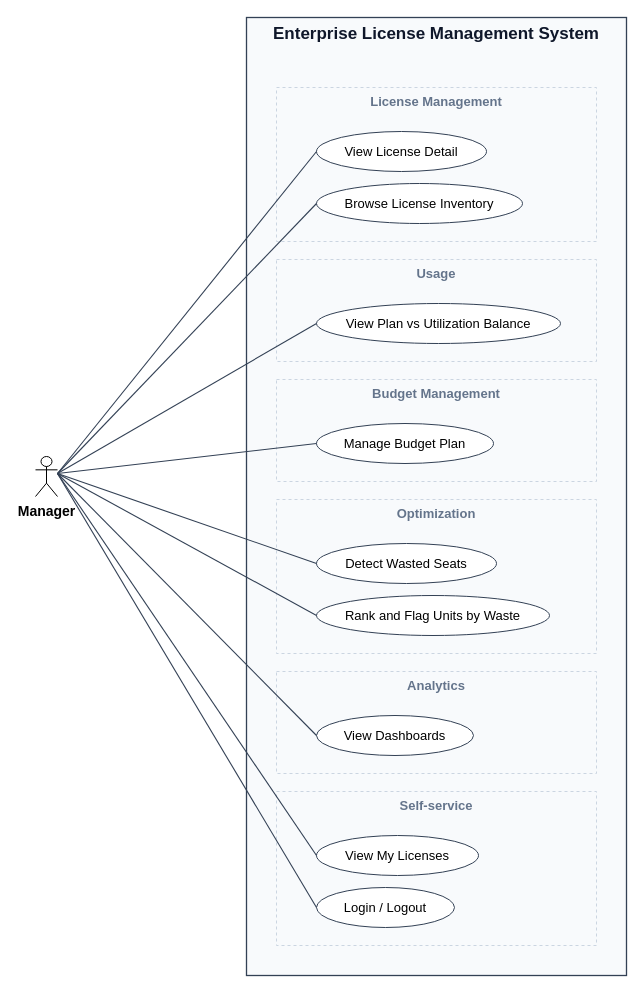
The draw.io diagram docs/diagrams/out/uc_manager.drawio in cuonglpv/VFast, before the edit. Source tidied: cells renumbered, new cells numbered last; positions are measured from the earlier drawing's top-left corner, leaving out a move shared by most shapes. Both pictures are drawn from the tidied source at 100%, with x=0, y=0 at pixel (35, 17).
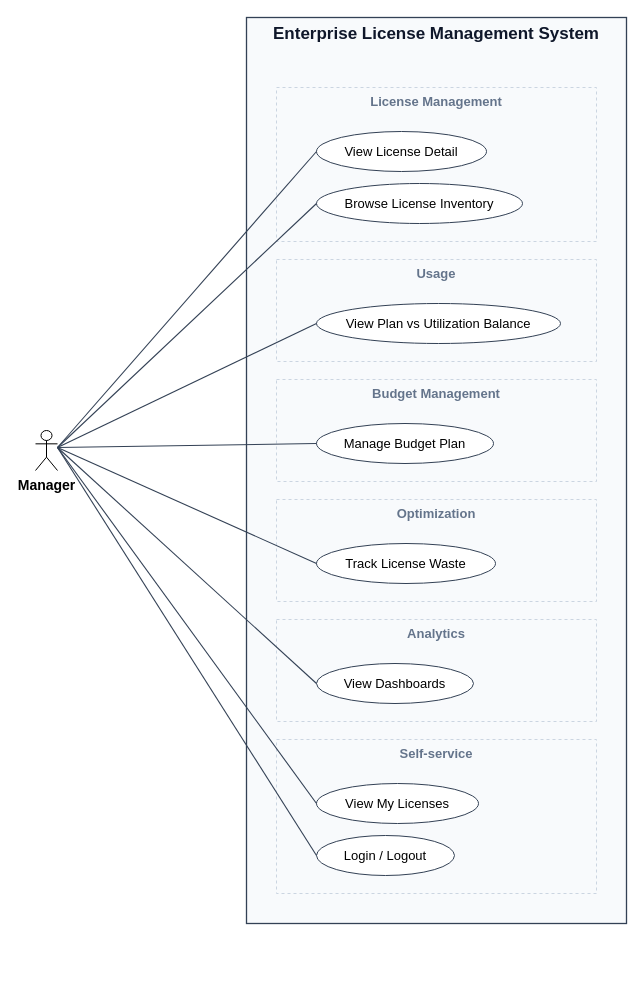
The same page after the edit.

What changed in the source:
```diff
@@
     <mxCell id="2" value="Enterprise License Management System" style="rounded=0;arcSize=0;absoluteArcSize=1;whiteSpace=wrap;html=1;fillColor=#F8FAFC;strokeColor=#334155;strokeWidth=1.3;fontSize=17;fontColor=#0f172a;align=center;verticalAlign=top;fontStyle=1;" parent="1" vertex="1">
-      <mxGeometry x="211" width="380" height="958" as="geometry" />
+      <mxGeometry x="211" width="380" height="906" as="geometry" />
     </mxCell>
@@
     <mxCell id="10" value="Optimization" style="rounded=0;arcSize=0;absoluteArcSize=1;whiteSpace=wrap;html=1;fillColor=#F8FAFC;strokeColor=#CBD5E1;strokeWidth=1;fontSize=13;fontColor=#64748B;align=center;verticalAlign=top;dashed=1;fontStyle=1;" parent="1" vertex="1">
-      <mxGeometry x="241" y="482" width="320" height="154" as="geometry" />
+      <mxGeometry x="241" y="482" width="320" height="102" as="geometry" />
     </mxCell>
-    <mxCell id="11" value="Detect Wasted Seats" style="ellipse;whiteSpace=wrap;html=1;fillColor=#ffffff;strokeColor=#334155;fontSize=13;fontColor=#000000;" parent="1" vertex="1">
-      <mxGeometry x="281" y="526" width="180" height="40" as="geometry" />
+    <mxCell id="11" value="Track License Waste" style="ellipse;whiteSpace=wrap;html=1;fillColor=#ffffff;strokeColor=#334155;fontSize=13;fontColor=#000000;" parent="1" vertex="1">
+      <mxGeometry x="281" y="526" width="179" height="40" as="geometry" />
     </mxCell>
-    <mxCell id="12" value="Rank and Flag Units by Waste" style="ellipse;whiteSpace=wrap;html=1;fillColor=#ffffff;strokeColor=#334155;fontSize=13;fontColor=#000000;" parent="1" vertex="1">
-      <mxGeometry x="281" y="578" width="233" height="40" as="geometry" />
+    <mxCell id="12" value="Analytics" style="rounded=0;arcSize=0;absoluteArcSize=1;whiteSpace=wrap;html=1;fillColor=#F8FAFC;strokeColor=#CBD5E1;strokeWidth=1;fontSize=13;fontColor=#64748B;align=center;verticalAlign=top;dashed=1;fontStyle=1;" parent="1" vertex="1">
+      <mxGeometry x="241" y="602" width="320" height="102" as="geometry" />
     </mxCell>
-    <mxCell id="13" value="Analytics" style="rounded=0;arcSize=0;absoluteArcSize=1;whiteSpace=wrap;html=1;fillColor=#F8FAFC;strokeColor=#CBD5E1;strokeWidth=1;fontSize=13;fontColor=#64748B;align=center;verticalAlign=top;dashed=1;fontStyle=1;" parent="1" vertex="1">
-      <mxGeometry x="241" y="654" width="320" height="102" as="geometry" />
+    <mxCell id="13" value="View Dashboards" style="ellipse;whiteSpace=wrap;html=1;fillColor=#ffffff;strokeColor=#334155;fontSize=13;fontColor=#000000;" parent="1" vertex="1">
+      <mxGeometry x="281" y="646" width="157" height="40" as="geometry" />
     </mxCell>
-    <mxCell id="14" value="View Dashboards" style="ellipse;whiteSpace=wrap;html=1;fillColor=#ffffff;strokeColor=#334155;fontSize=13;fontColor=#000000;" parent="1" vertex="1">
-      <mxGeometry x="281" y="698" width="157" height="40" as="geometry" />
+    <mxCell id="14" value="Self-service" style="rounded=0;arcSize=0;absoluteArcSize=1;whiteSpace=wrap;html=1;fillColor=#F8FAFC;strokeColor=#CBD5E1;strokeWidth=1;fontSize=13;fontColor=#64748B;align=center;verticalAlign=top;dashed=1;fontStyle=1;" parent="1" vertex="1">
+      <mxGeometry x="241" y="722" width="320" height="154" as="geometry" />
     </mxCell>
-    <mxCell id="15" value="Self-service" style="rounded=0;arcSize=0;absoluteArcSize=1;whiteSpace=wrap;html=1;fillColor=#F8FAFC;strokeColor=#CBD5E1;strokeWidth=1;fontSize=13;fontColor=#64748B;align=center;verticalAlign=top;dashed=1;fontStyle=1;" parent="1" vertex="1">
-      <mxGeometry x="241" y="774" width="320" height="154" as="geometry" />
+    <mxCell id="15" value="View My Licenses" style="ellipse;whiteSpace=wrap;html=1;fillColor=#ffffff;strokeColor=#334155;fontSize=13;fontColor=#000000;" parent="1" vertex="1">
+      <mxGeometry x="281" y="766" width="162" height="40" as="geometry" />
     </mxCell>
-    <mxCell id="16" value="View My Licenses" style="ellipse;whiteSpace=wrap;html=1;fillColor=#ffffff;strokeColor=#334155;fontSize=13;fontColor=#000000;" parent="1" vertex="1">
-      <mxGeometry x="281" y="818" width="162" height="40" as="geometry" />
+    <mxCell id="16" value="Login / Logout" style="ellipse;whiteSpace=wrap;html=1;fillColor=#ffffff;strokeColor=#334155;fontSize=13;fontColor=#000000;" parent="1" vertex="1">
+      <mxGeometry x="281" y="818" width="138" height="40" as="geometry" />
     </mxCell>
-    <mxCell id="17" value="Login / Logout" style="ellipse;whiteSpace=wrap;html=1;fillColor=#ffffff;strokeColor=#334155;fontSize=13;fontColor=#000000;" parent="1" vertex="1">
-      <mxGeometry x="281" y="870" width="138" height="40" as="geometry" />
+    <mxCell id="17" value="Manager" style="shape=umlActor;html=1;verticalLabelPosition=bottom;verticalAlign=top;labelPosition=center;align=center;fontSize=14;fontStyle=1;" parent="1" vertex="1">
+      <mxGeometry y="413" width="22" height="40" as="geometry" />
     </mxCell>
-    <mxCell id="18" value="Manager" style="shape=umlActor;html=1;verticalLabelPosition=bottom;verticalAlign=top;labelPosition=center;align=center;fontSize=14;fontStyle=1;" parent="1" vertex="1">
-      <mxGeometry y="439" width="22" height="40" as="geometry" />
+    <mxCell id="18" style="html=1;rounded=0;endArrow=none;endFill=0;startArrow=none;startFill=0;strokeColor=#334155;strokeWidth=1.1;" parent="1" edge="1">
+      <mxGeometry relative="1" as="geometry">
+        <mxPoint x="22" y="430" as="sourcePoint" />
+        <mxPoint x="281" y="134" as="targetPoint" />
+      </mxGeometry>
     </mxCell>
     <mxCell id="19" style="html=1;rounded=0;endArrow=none;endFill=0;startArrow=none;startFill=0;strokeColor=#334155;strokeWidth=1.1;" parent="1" edge="1">
       <mxGeometry relative="1" as="geometry">
-        <mxPoint x="22" y="456" as="sourcePoint" />
-        <mxPoint x="281" y="134" as="targetPoint" />
+        <mxPoint x="22" y="430" as="sourcePoint" />
+        <mxPoint x="281" y="186" as="targetPoint" />
       </mxGeometry>
     </mxCell>
     <mxCell id="20" style="html=1;rounded=0;endArrow=none;endFill=0;startArrow=none;startFill=0;strokeColor=#334155;strokeWidth=1.1;" parent="1" edge="1">
       <mxGeometry relative="1" as="geometry">
-        <mxPoint x="22" y="456" as="sourcePoint" />
-        <mxPoint x="281" y="186" as="targetPoint" />
+        <mxPoint x="22" y="430" as="sourcePoint" />
+        <mxPoint x="281" y="306" as="targetPoint" />
       </mxGeometry>
     </mxCell>
     <mxCell id="21" style="html=1;rounded=0;endArrow=none;endFill=0;startArrow=none;startFill=0;strokeColor=#334155;strokeWidth=1.1;" parent="1" edge="1">
       <mxGeometry relative="1" as="geometry">
-        <mxPoint x="22" y="456" as="sourcePoint" />
-        <mxPoint x="281" y="306" as="targetPoint" />
+        <mxPoint x="22" y="430" as="sourcePoint" />
+        <mxPoint x="281" y="426" as="targetPoint" />
       </mxGeometry>
     </mxCell>
     <mxCell id="22" style="html=1;rounded=0;endArrow=none;endFill=0;startArrow=none;startFill=0;strokeColor=#334155;strokeWidth=1.1;" parent="1" edge="1">
       <mxGeometry relative="1" as="geometry">
-        <mxPoint x="22" y="456" as="sourcePoint" />
-        <mxPoint x="281" y="426" as="targetPoint" />
+        <mxPoint x="22" y="430" as="sourcePoint" />
+        <mxPoint x="281" y="546" as="targetPoint" />
       </mxGeometry>
     </mxCell>
     <mxCell id="23" style="html=1;rounded=0;endArrow=none;endFill=0;startArrow=none;startFill=0;strokeColor=#334155;strokeWidth=1.1;" parent="1" edge="1">
       <mxGeometry relative="1" as="geometry">
-        <mxPoint x="22" y="456" as="sourcePoint" />
-        <mxPoint x="281" y="546" as="targetPoint" />
+        <mxPoint x="22" y="430" as="sourcePoint" />
+        <mxPoint x="281" y="666" as="targetPoint" />
       </mxGeometry>
     </mxCell>
     <mxCell id="24" style="html=1;rounded=0;endArrow=none;endFill=0;startArrow=none;startFill=0;strokeColor=#334155;strokeWidth=1.1;" parent="1" edge="1">
       <mxGeometry relative="1" as="geometry">
-        <mxPoint x="22" y="456" as="sourcePoint" />
-        <mxPoint x="281" y="598" as="targetPoint" />
+        <mxPoint x="22" y="430" as="sourcePoint" />
+        <mxPoint x="281" y="786" as="targetPoint" />
       </mxGeometry>
     </mxCell>
     <mxCell id="25" style="html=1;rounded=0;endArrow=none;endFill=0;startArrow=none;startFill=0;strokeColor=#334155;strokeWidth=1.1;" parent="1" edge="1">
       <mxGeometry relative="1" as="geometry">
-        <mxPoint x="22" y="456" as="sourcePoint" />
-        <mxPoint x="281" y="718" as="targetPoint" />
+        <mxPoint x="22" y="430" as="sourcePoint" />
+        <mxPoint x="281" y="838" as="targetPoint" />
       </mxGeometry>
     </mxCell>
-    <mxCell id="26" style="html=1;rounded=0;endArrow=none;endFill=0;startArrow=none;startFill=0;strokeColor=#334155;strokeWidth=1.1;" parent="1" edge="1">
-      <mxGeometry relative="1" as="geometry">
-        <mxPoint x="22" y="456" as="sourcePoint" />
-        <mxPoint x="281" y="838" as="targetPoint" />
-      </mxGeometry>
-    </mxCell>
-    <mxCell id="27" style="html=1;rounded=0;endArrow=none;endFill=0;startArrow=none;startFill=0;strokeColor=#334155;strokeWidth=1.1;" parent="1" edge="1">
-      <mxGeometry relative="1" as="geometry">
-        <mxPoint x="22" y="456" as="sourcePoint" />
-        <mxPoint x="281" y="890" as="targetPoint" />
-      </mxGeometry>
-    </mxCell>
```
